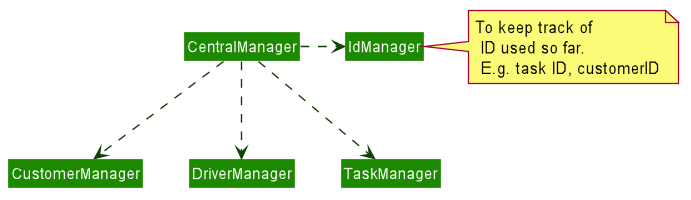
Earlier version of the PlantUML export images/CentralManager.png (AY1920S1-CS2103-F14-4/main).
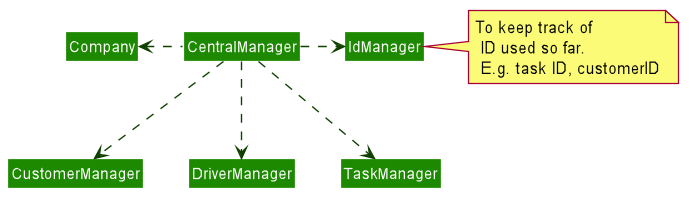
Later version of the same file.

Diff of the diagram source:
```diff
@@ -1,4 +1,5 @@
 @startuml
+
 
 
 
@@ -19,6 +20,7 @@
     FontName Arial
 }
 
+
 skinparam Actor {
     BorderColor #000000
     Color #000000
@@ -32,6 +34,7 @@
     BoxFontColor #FFFFFF
     FontName Arial
 }
+
 
 skinparam Participant {
     FontColor #FFFFFFF
@@ -56,12 +59,12 @@
 Class DriverManager
 Class TaskManager
 class IdManager
+class Company
 
 CentralManager ..> CustomerManager
 CentralManager ..> DriverManager
 CentralManager ..> TaskManager
 CentralManager .right.> IdManager
+CentralManager .left.> Company
 note right of IdManager: To keep track of \n ID used so far. \n E.g. task ID, customerID
-
-
 @enduml
```
